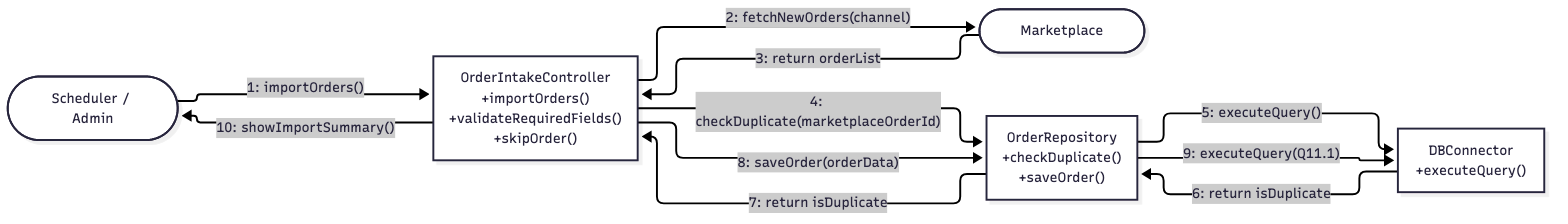
Above: 03-chapter2-use-case-descriptions/diagrams/png/4A-collaboration.png in xbpkdi/321-sa-proj (Mermaid), before the change. Its source is kept beside it as 03-chapter2-use-case-descriptions/diagrams/mmd/4A-collaboration.mmd. Its diagram source:
```mermaid
%%{init: {'flowchart': {'nodeSpacing': 50, 'rankSpacing': 90, 'curve': 'linear'}}}%%
graph LR
    Sched(["Scheduler / Admin"])
    OIC["OrderIntakeController<br/>+importOrders()<br/>+validateRequiredFields()<br/>+skipOrder()"]
    MP(["Marketplace"])
    OrderRepo["OrderRepository<br/>+checkDuplicate()<br/>+saveOrder()"]
    DB["DBConnector<br/>+executeQuery()"]

    Sched -->|"1: importOrders()"| OIC
    OIC -->|"2: fetchNewOrders(channel)"| MP
    MP -->|"3: return orderList"| OIC
    OIC -->|"4: checkDuplicate(marketplaceOrderId)"| OrderRepo
    OrderRepo -->|"5: executeQuery()"| DB
    DB -->|"6: return isDuplicate"| OrderRepo
    OrderRepo -->|"7: return isDuplicate"| OIC
    OIC -->|"8: saveOrder(orderData)"| OrderRepo
    OrderRepo -->|"9: executeQuery(Q11.1)"| DB
    OIC -->|"10: showImportSummary()"| Sched
```
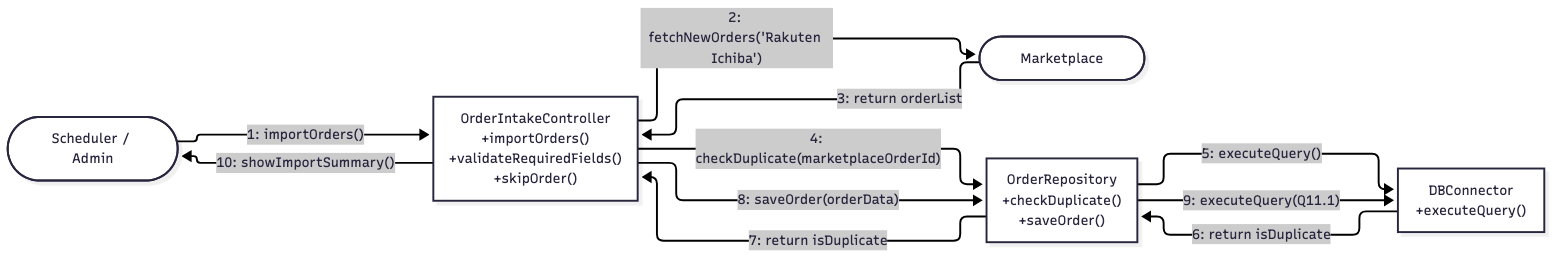
After the commit.

Commit message:
docs: limit use cases 4A, 1S, 5S and 7S to Rakuten Ichiba

The edit, as a diff of the source:
```diff
@@ -7,7 +7,7 @@
     DB["DBConnector<br/>+executeQuery()"]
 
     Sched -->|"1: importOrders()"| OIC
-    OIC -->|"2: fetchNewOrders(channel)"| MP
+    OIC -->|"2: fetchNewOrders('Rakuten Ichiba')"| MP
     MP -->|"3: return orderList"| OIC
     OIC -->|"4: checkDuplicate(marketplaceOrderId)"| OrderRepo
     OrderRepo -->|"5: executeQuery()"| DB
```
